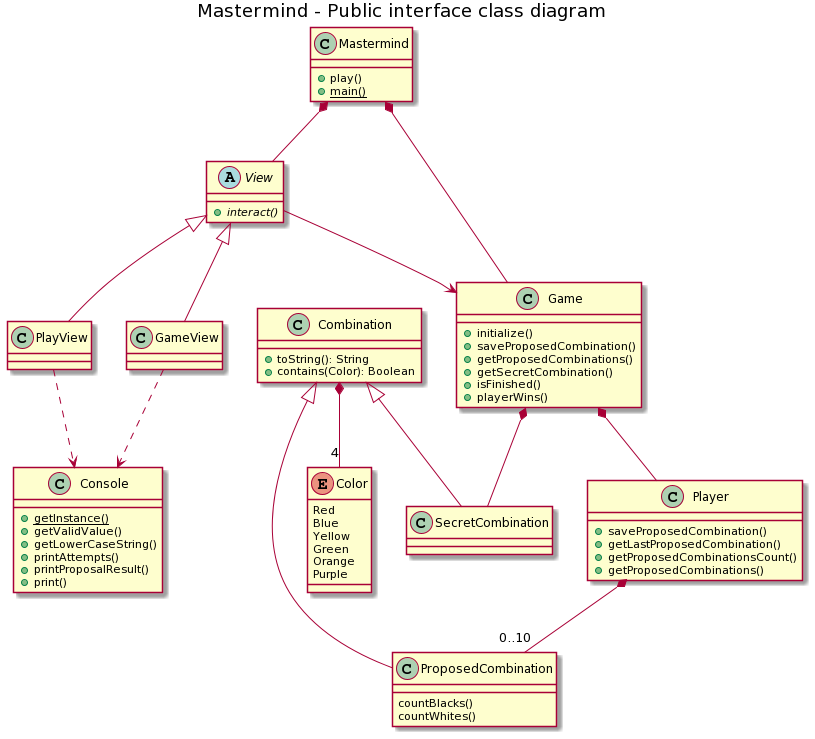
Earlier version of the PlantUML export mastermind-public-interface.png (Master-Desarrollo-20-21/diseno-oo-ejercicio2-mastermind-document-view-ferllop).
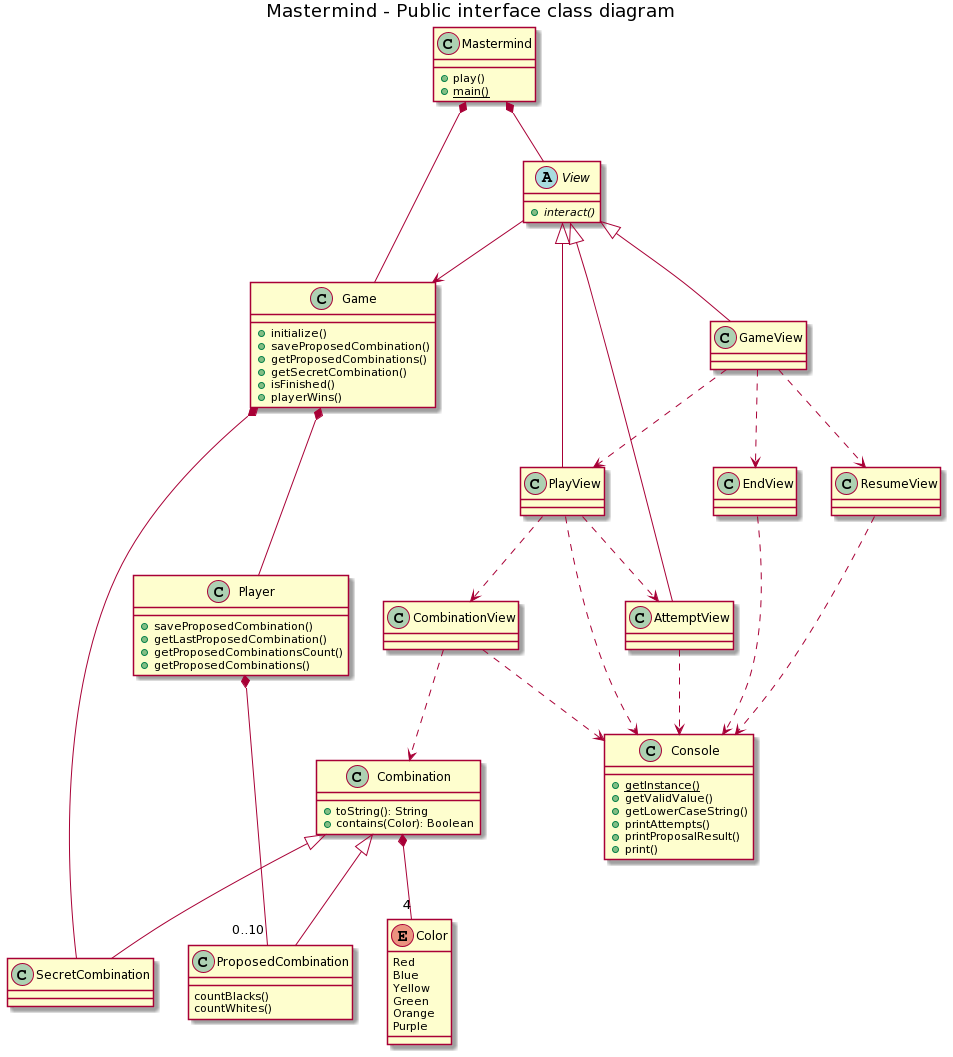
After the commit.

What changed in the source:
```diff
@@ -55,7 +55,14 @@
 }
 View <|-- GameView
 View <|-- PlayView
+View <|-- AttemptView
 View --> Game
+GameView ..> PlayView
+GameView ..> ResumeView
+GameView ..> EndView
+PlayView ..> AttemptView
+PlayView ..> CombinationView
+CombinationView ..> Combination
 
 class Console {
     +{static}getInstance()
@@ -65,6 +72,9 @@
     +printProposalResult()
     +print()
 }
-GameView ..> Console
 PlayView ..> Console
+AttemptView ..> Console
+ResumeView ..> Console
+EndView ..> Console
+CombinationView ..> Console
 @enduml
```
